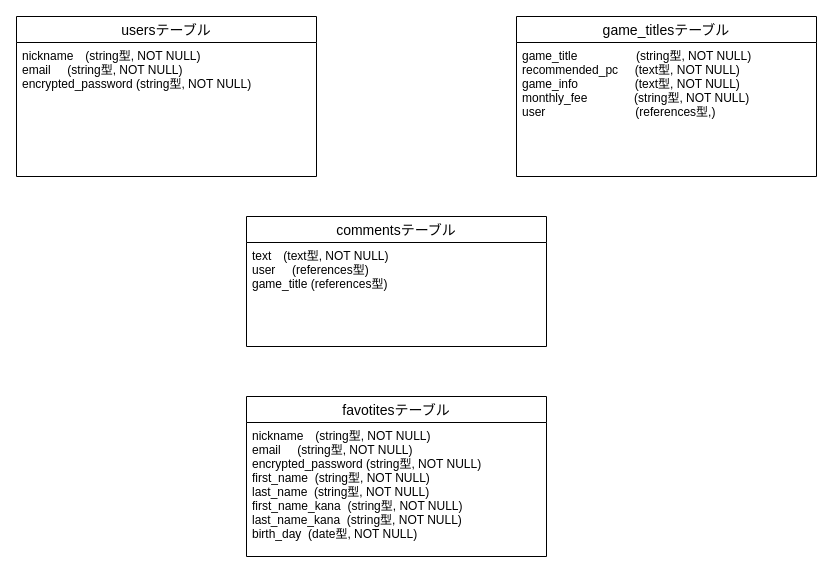
Earlier version of the draw.io diagram game.dio (haru0418/game-app). Source tidied: cells renumbered, new cells numbered last; positions are measured from the earlier drawing's top-left corner, leaving out a move shared by most shapes. Both pictures are drawn from the tidied source at 100%, with x=0, y=0 at pixel (16, 16).
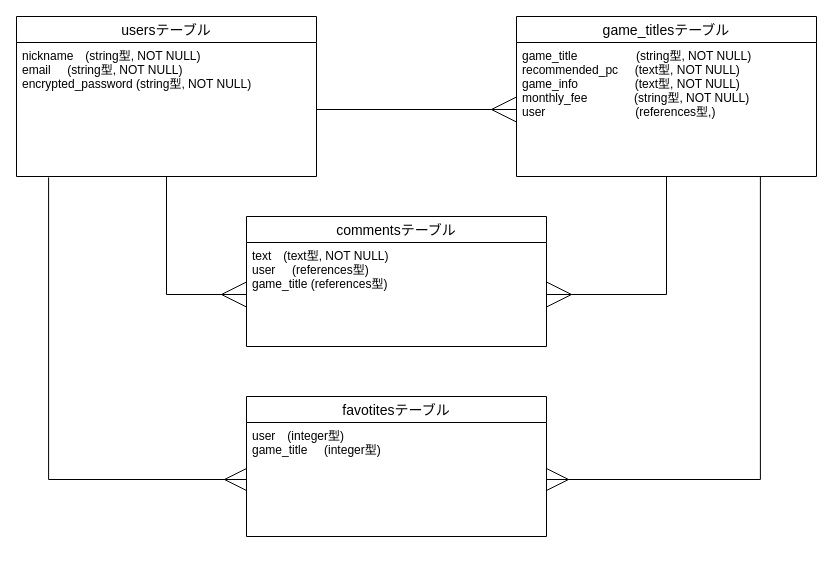
The same page after the edit.

What changed in the source:
```diff
@@
 <mxGraphModel>
   <root>
     <mxCell id="0" />
     <mxCell id="1" parent="0" />
+    <mxCell id="10" style="edgeStyle=orthogonalEdgeStyle;rounded=0;jettySize=auto;html=1;endArrow=ERmany;endFill=0;entryX=0;entryY=0.5;entryDx=0;entryDy=0;jumpSize=10;strokeWidth=1;endSize=23;" parent="1" edge="1" source="2" target="9">
+      <mxGeometry relative="1" as="geometry" />
+    </mxCell>
     <mxCell id="2" value="usersテーブル" style="swimlane;fontStyle=0;horizontal=1;startSize=26;align=center;fontSize=14;" parent="1" vertex="1">
       <mxGeometry width="300" height="160" as="geometry" />
     </mxCell>
     <mxCell id="3" value="nickname　(string型, NOT NULL)&#10;email     (string型, NOT NULL)&#10;encrypted_password (string型, NOT NULL)&#10;&#10;" style="text;strokeColor=none;fillColor=none;spacingLeft=4;spacingRight=4;overflow=hidden;points=[[0,0.5],[1,0.5]];portConstraint=eastwest;fontSize=12;" parent="2" vertex="1">
       <mxGeometry y="26" width="300" height="134" as="geometry" />
     </mxCell>
+    <mxCell id="11" style="edgeStyle=orthogonalEdgeStyle;rounded=0;jumpSize=10;jettySize=auto;html=1;entryX=1;entryY=0.5;entryDx=0;entryDy=0;endArrow=ERmany;endFill=0;endSize=23;strokeWidth=1;" parent="1" edge="1" source="4" target="9">
+      <mxGeometry relative="1" as="geometry" />
+    </mxCell>
     <mxCell id="4" value="game_titlesテーブル" style="swimlane;fontStyle=0;horizontal=1;startSize=26;align=center;fontSize=14;" parent="1" vertex="1">
       <mxGeometry x="500" width="300" height="160" as="geometry" />
     </mxCell>
     <mxCell id="5" value="game_title　              (string型, NOT NULL)&#10;recommended_pc     (text型, NOT NULL)&#10;game_info                 (text型, NOT NULL)&#10;monthly_fee              (string型, NOT NULL)&#10;user                           (references型,)&#10;" style="text;strokeColor=none;fillColor=none;spacingLeft=4;spacingRight=4;overflow=hidden;points=[[0,0.5],[1,0.5]];portConstraint=eastwest;fontSize=12;" parent="4" vertex="1">
       <mxGeometry y="26" width="300" height="134" as="geometry" />
     </mxCell>
     <mxCell id="6" value="favotitesテーブル" style="swimlane;fontStyle=0;horizontal=1;startSize=26;align=center;fontSize=14;" parent="1" vertex="1">
-      <mxGeometry x="230" y="380" width="300" height="160" as="geometry" />
+      <mxGeometry x="230" y="380" width="300" height="140" as="geometry" />
     </mxCell>
-    <mxCell id="7" value="nickname　(string型, NOT NULL)&#10;email     (string型, NOT NULL)&#10;encrypted_password (string型, NOT NULL)&#10;first_name  (string型, NOT NULL)&#10;last_name  (string型, NOT NULL)&#10;first_name_kana  (string型, NOT NULL)&#10;last_name_kana  (string型, NOT NULL)&#10;birth_day  (date型, NOT NULL)&#10;" style="text;strokeColor=none;fillColor=none;spacingLeft=4;spacingRight=4;overflow=hidden;points=[[0,0.5],[1,0.5]];portConstraint=eastwest;fontSize=12;" parent="6" vertex="1">
-      <mxGeometry y="26" width="300" height="134" as="geometry" />
+    <mxCell id="7" value="user　(integer型)&#10;game_title     (integer型)&#10;" style="text;strokeColor=none;fillColor=none;spacingLeft=4;spacingRight=4;overflow=hidden;points=[[0,0.5],[1,0.5]];portConstraint=eastwest;fontSize=12;horizontal=1;" parent="6" vertex="1">
+      <mxGeometry y="26" width="300" height="114" as="geometry" />
     </mxCell>
     <mxCell id="8" value="commentsテーブル" style="swimlane;fontStyle=0;horizontal=1;startSize=26;align=center;fontSize=14;" parent="1" vertex="1">
       <mxGeometry x="230" y="200" width="300" height="130" as="geometry" />
     </mxCell>
     <mxCell id="9" value="text　(text型, NOT NULL)&#10;user     (references型)&#10;game_title (references型)&#10;&#10;" style="text;strokeColor=none;fillColor=none;spacingLeft=4;spacingRight=4;overflow=hidden;points=[[0,0.5],[1,0.5]];portConstraint=eastwest;fontSize=12;" parent="8" vertex="1">
       <mxGeometry y="26" width="300" height="104" as="geometry" />
     </mxCell>
+    <mxCell id="12" style="edgeStyle=orthogonalEdgeStyle;rounded=0;jumpSize=10;jettySize=auto;html=1;entryX=0;entryY=0.5;entryDx=0;entryDy=0;endArrow=ERmany;endFill=0;endSize=23;strokeWidth=1;" parent="1" edge="1" source="3" target="5">
+      <mxGeometry relative="1" as="geometry" />
+    </mxCell>
+    <mxCell id="13" style="edgeStyle=orthogonalEdgeStyle;rounded=0;jumpSize=10;jettySize=auto;html=1;endArrow=ERmany;endFill=0;endSize=20;strokeWidth=1;exitX=0.107;exitY=1.007;exitDx=0;exitDy=0;exitPerimeter=0;" parent="1" edge="1" source="3" target="7">
+      <mxGeometry relative="1" as="geometry" />
+    </mxCell>
+    <mxCell id="14" style="edgeStyle=orthogonalEdgeStyle;rounded=0;jumpSize=10;jettySize=auto;html=1;endArrow=ERmany;endFill=0;endSize=20;strokeWidth=1;exitX=0.813;exitY=1;exitDx=0;exitDy=0;exitPerimeter=0;" parent="1" edge="1" source="5" target="7">
+      <mxGeometry relative="1" as="geometry" />
+    </mxCell>
   </root>
 </mxGraphModel>
```
